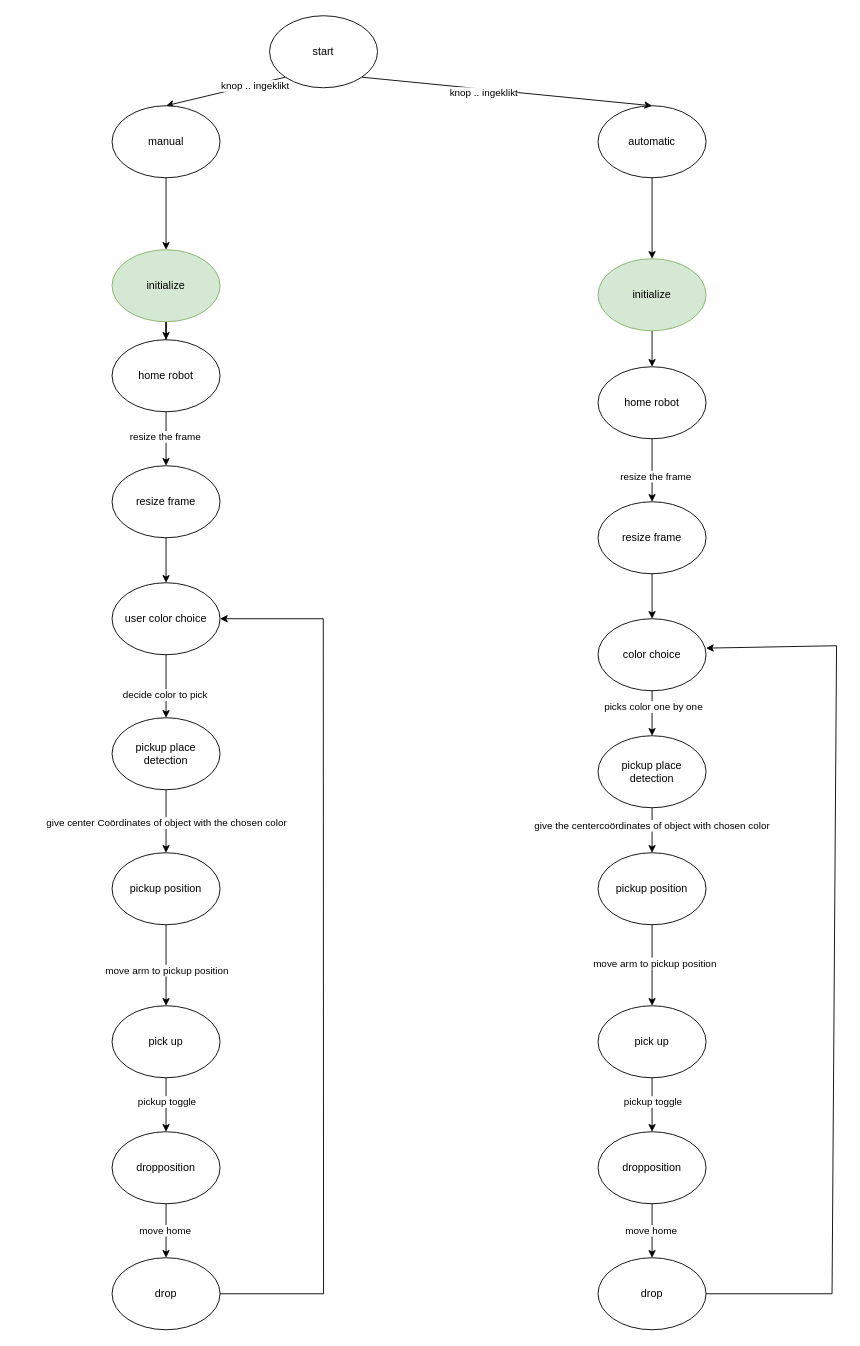
Earlier version of the draw.io diagram State diagram.drawio (WinnenVanB2IsBelangrijkerDanMeedoen/EndAssigmentMain-SDA3). Source tidied: cells renumbered, new cells numbered last; positions are measured from the earlier drawing's top-left corner, leaving out a move shared by most shapes. Both pictures are drawn from the tidied source at 90%, with x=0, y=0 at pixel (112, 15).
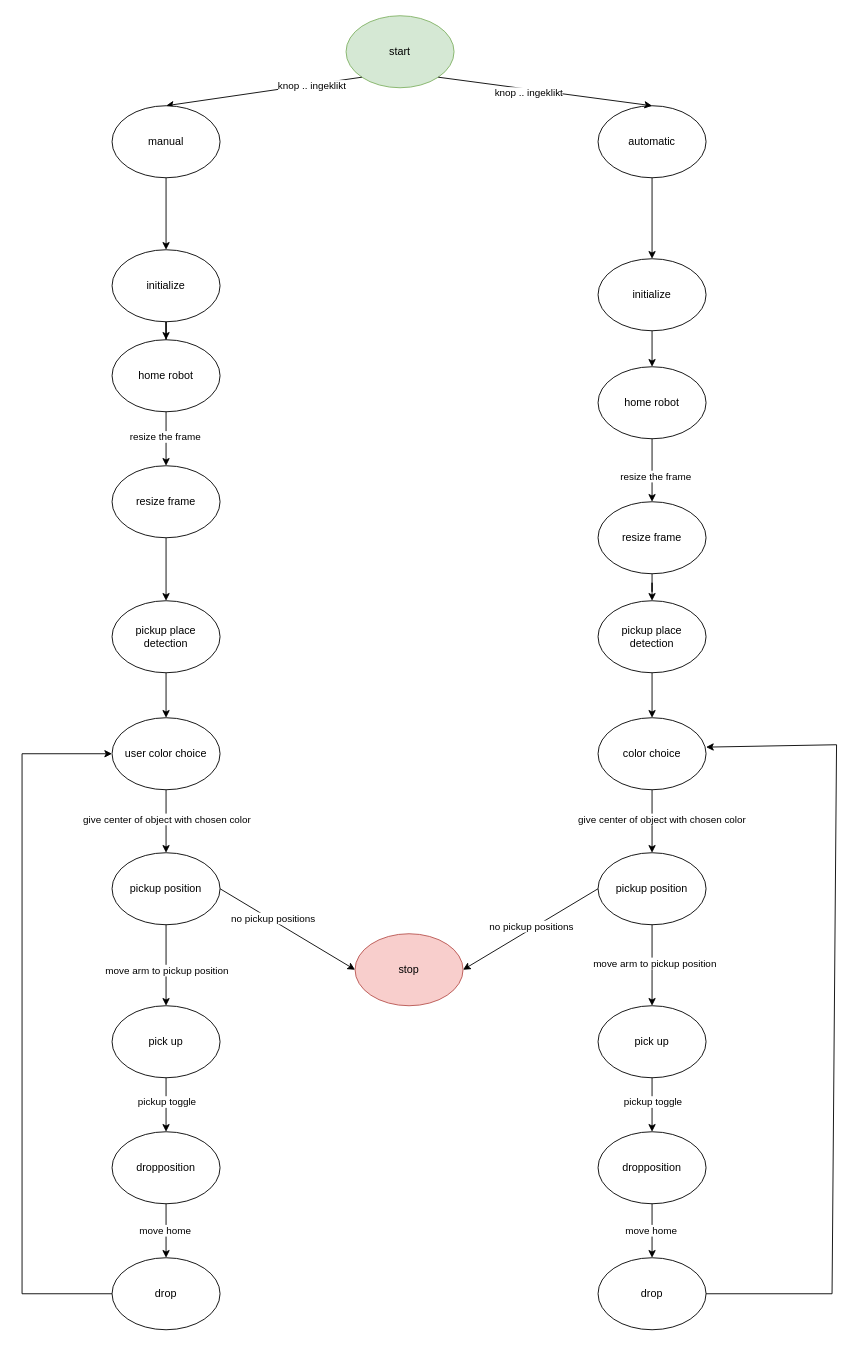
The same diagram, later.

The change refers to these unchanged cells:
```xml
<mxCell id="2" value="pickup position" style="ellipse;whiteSpace=wrap;html=1;" parent="1" vertex="1">
  <mxGeometry x="540" y="930" width="120" height="80" as="geometry" />
</mxCell>
<mxCell id="7" value="drop" style="ellipse;whiteSpace=wrap;html=1;" parent="1" vertex="1">
  <mxGeometry x="540" y="1380" width="120" height="80" as="geometry" />
</mxCell>
<mxCell id="24" value="pickup position" style="ellipse;whiteSpace=wrap;html=1;" parent="1" vertex="1">
  <mxGeometry y="930" width="120" height="80" as="geometry" />
</mxCell>
<mxCell id="29" value="drop" style="ellipse;whiteSpace=wrap;html=1;" parent="1" vertex="1">
  <mxGeometry y="1380" width="120" height="80" as="geometry" />
</mxCell>
<mxCell id="38" value="resize frame" style="ellipse;whiteSpace=wrap;html=1;" parent="1" vertex="1">
  <mxGeometry y="500" width="120" height="80" as="geometry" />
</mxCell>
<mxCell id="58" value="resize frame" style="ellipse;whiteSpace=wrap;html=1;" parent="1" vertex="1">
  <mxGeometry x="540" y="540" width="120" height="80" as="geometry" />
</mxCell>
```

What changed in the source:
```diff
@@
-    <mxCell id="9" value="initialize" style="ellipse;whiteSpace=wrap;html=1;fillColor=#d5e8d4;strokeColor=#82b366;" parent="1" vertex="1">
+    <mxCell id="9" value="initialize" style="ellipse;whiteSpace=wrap;html=1;" parent="1" vertex="1">
       <mxGeometry x="540" y="270" width="120" height="80" as="geometry" />
     </mxCell>
@@
     <mxCell id="14" style="endArrow=classic;html=1;rounded=0;exitX=1;exitY=0.5;exitDx=0;exitDy=0;entryX=1;entryY=0.408;entryDx=0;entryDy=0;entryPerimeter=0;" parent="1" edge="1" source="7" target="48">
       <mxGeometry relative="1" as="geometry">
         <Array as="points">
           <mxPoint x="800" y="1420" />
-          <mxPoint x="805" y="700" />
+          <mxPoint x="805" y="810" />
         </Array>
       </mxGeometry>
     </mxCell>
-    <mxCell id="15" value="start" style="ellipse;whiteSpace=wrap;html=1;" parent="1" vertex="1">
-      <mxGeometry x="175" width="120" height="80" as="geometry" />
+    <mxCell id="15" value="start" style="ellipse;whiteSpace=wrap;html=1;fillColor=#d5e8d4;strokeColor=#82b366;" parent="1" vertex="1">
+      <mxGeometry x="260" width="120" height="80" as="geometry" />
     </mxCell>
@@
-    <mxCell id="31" value="initialize" style="ellipse;whiteSpace=wrap;html=1;fillColor=#d5e8d4;strokeColor=#82b366;" parent="1" vertex="1">
+    <mxCell id="31" value="initialize" style="ellipse;whiteSpace=wrap;html=1;" parent="1" vertex="1">
       <mxGeometry y="260" width="120" height="80" as="geometry" />
     </mxCell>
@@
-    <mxCell id="36" style="endArrow=classic;html=1;rounded=0;exitX=1;exitY=0.5;exitDx=0;exitDy=0;entryX=1;entryY=0.5;entryDx=0;entryDy=0;" parent="1" edge="1" source="29" target="42">
+    <mxCell id="36" style="endArrow=classic;html=1;rounded=0;exitX=0;exitY=0.5;exitDx=0;exitDy=0;entryX=0;entryY=0.5;entryDx=0;entryDy=0;" parent="1" edge="1" source="29" target="42">
       <mxGeometry relative="1" as="geometry">
         <Array as="points">
-          <mxPoint x="235" y="1420" />
-          <mxPoint x="234.7" y="670" />
+          <mxPoint x="-100" y="1420" />
+          <mxPoint x="-100" y="820" />
         </Array>
       </mxGeometry>
     </mxCell>
@@
+    <mxCell id="59" style="edgeStyle=orthogonalEdgeStyle;rounded=0;jettySize=auto;html=1;" parent="1" edge="1" source="38" target="41">
+      <mxGeometry relative="1" as="geometry" />
+    </mxCell>
@@
+    <mxCell id="60" style="edgeStyle=orthogonalEdgeStyle;rounded=0;jettySize=auto;html=1;" parent="1" edge="1" source="41" target="42">
+      <mxGeometry relative="1" as="geometry" />
+    </mxCell>
     <mxCell id="41" value="pickup place detection" style="ellipse;whiteSpace=wrap;html=1;" parent="1" vertex="1">
-      <mxGeometry y="780" width="120" height="80" as="geometry" />
+      <mxGeometry y="650" width="120" height="80" as="geometry" />
     </mxCell>
+    <mxCell id="61" style="edgeStyle=orthogonalEdgeStyle;rounded=0;jettySize=auto;html=1;" parent="1" edge="1" source="42" target="24">
+      <mxGeometry relative="1" as="geometry" />
+    </mxCell>
     <mxCell id="42" value="user color choice" style="ellipse;whiteSpace=wrap;html=1;" parent="1" vertex="1">
-      <mxGeometry y="630" width="120" height="80" as="geometry" />
+      <mxGeometry y="780" width="120" height="80" as="geometry" />
     </mxCell>
-    <mxCell id="43" style="endArrow=classic;html=1;rounded=0;exitX=0.5;exitY=1;exitDx=0;exitDy=0;entryX=0.5;entryY=0;entryDx=0;entryDy=0;" parent="1" edge="1" source="38" target="42">
-      <mxGeometry relative="1" as="geometry" />
-    </mxCell>
-    <mxCell id="44" style="endArrow=classic;html=1;rounded=0;exitX=0.5;exitY=1;exitDx=0;exitDy=0;entryX=0.5;entryY=0;entryDx=0;entryDy=0;" parent="1" edge="1" source="42" target="41">
-      <mxGeometry relative="1" as="geometry" />
-    </mxCell>
-    <mxCell id="45" value="decide color to pick" style="edgeLabel;html=1;align=center;verticalAlign=middle;" parent="44" vertex="1">
-      <mxGeometry x="0.26" y="-2" relative="1" as="geometry" />
-    </mxCell>
-    <mxCell id="46" style="endArrow=classic;html=1;rounded=0;exitX=0.5;exitY=1;exitDx=0;exitDy=0;entryX=0.5;entryY=0;entryDx=0;entryDy=0;" parent="1" edge="1" source="41" target="24">
-      <mxGeometry relative="1" as="geometry" />
-    </mxCell>
-    <mxCell id="47" value="give center Coördinates of object with the chosen color&amp;nbsp;" style="edgeLabel;html=1;align=center;verticalAlign=middle;" parent="46" vertex="1">
-      <mxGeometry x="0.02" y="1" relative="1" as="geometry" />
-    </mxCell>
+    <mxCell id="62" style="edgeStyle=orthogonalEdgeStyle;rounded=0;jettySize=auto;html=1;" parent="1" edge="1" source="48" target="2">
+      <mxGeometry relative="1" as="geometry" />
+    </mxCell>
+    <mxCell id="63" value="give center of object with chosen color" style="edgeLabel;html=1;align=center;verticalAlign=middle;" parent="62" vertex="1">
+      <mxGeometry x="-0.37" relative="1" as="geometry">
+        <mxPoint x="-540" y="10" as="offset" />
+      </mxGeometry>
+    </mxCell>
     <mxCell id="48" value="color choice" style="ellipse;whiteSpace=wrap;html=1;" parent="1" vertex="1">
-      <mxGeometry x="540" y="670" width="120" height="80" as="geometry" />
+      <mxGeometry x="540" y="780" width="120" height="80" as="geometry" />
     </mxCell>
-    <mxCell id="49" style="edgeStyle=orthogonalEdgeStyle;rounded=0;jettySize=auto;html=1;" parent="1" edge="1" source="51" target="2">
-      <mxGeometry relative="1" as="geometry" />
-    </mxCell>
-    <mxCell id="50" value="give the centercoördinates of object with chosen color" style="edgeLabel;html=1;align=center;verticalAlign=middle;" parent="49" vertex="1">
-      <mxGeometry x="-0.25" y="-1" relative="1" as="geometry" />
-    </mxCell>
+    <mxCell id="64" style="edgeStyle=orthogonalEdgeStyle;rounded=0;jettySize=auto;html=1;" parent="1" edge="1" source="51" target="48">
+      <mxGeometry relative="1" as="geometry" />
+    </mxCell>
     <mxCell id="51" value="pickup place detection" style="ellipse;whiteSpace=wrap;html=1;" parent="1" vertex="1">
-      <mxGeometry x="540" y="800" width="120" height="80" as="geometry" />
+      <mxGeometry x="540" y="650" width="120" height="80" as="geometry" />
     </mxCell>
-    <mxCell id="52" style="endArrow=classic;html=1;rounded=0;entryX=0.5;entryY=0;entryDx=0;entryDy=0;exitX=0.5;exitY=1;exitDx=0;exitDy=0;" parent="1" edge="1" source="48" target="51">
-      <mxGeometry relative="1" as="geometry" />
-    </mxCell>
-    <mxCell id="53" value="picks color one by one&amp;nbsp;" style="edgeLabel;html=1;align=center;verticalAlign=middle;" parent="52" vertex="1">
-      <mxGeometry x="-0.33" y="2" relative="1" as="geometry" />
-    </mxCell>
@@
-    <mxCell id="57" style="edgeStyle=orthogonalEdgeStyle;rounded=0;jettySize=auto;html=1;" parent="1" edge="1" source="58" target="48">
-      <mxGeometry relative="1" as="geometry" />
-    </mxCell>
+    <mxCell id="65" style="edgeStyle=orthogonalEdgeStyle;rounded=0;jettySize=auto;html=1;" parent="1" edge="1" source="58" target="51">
+      <mxGeometry relative="1" as="geometry" />
+    </mxCell>
@@
+    <mxCell id="66" value="stop" style="ellipse;whiteSpace=wrap;html=1;fillColor=#f8cecc;strokeColor=#b85450;" parent="1" vertex="1">
+      <mxGeometry x="270" y="1020" width="120" height="80" as="geometry" />
+    </mxCell>
+    <mxCell id="67" style="endArrow=classic;html=1;rounded=0;exitX=1;exitY=0.5;exitDx=0;exitDy=0;entryX=0;entryY=0.5;entryDx=0;entryDy=0;" parent="1" edge="1" source="24" target="66">
+      <mxGeometry relative="1" as="geometry" />
+    </mxCell>
+    <mxCell id="68" value="no pickup positions" style="edgeLabel;html=1;align=center;verticalAlign=middle;" parent="67" vertex="1">
+      <mxGeometry x="-0.23" y="2" relative="1" as="geometry" />
+    </mxCell>
+    <mxCell id="69" style="endArrow=classic;html=1;rounded=0;exitX=0;exitY=0.5;exitDx=0;exitDy=0;entryX=1;entryY=0.5;entryDx=0;entryDy=0;" parent="1" edge="1" source="2" target="66">
+      <mxGeometry relative="1" as="geometry" />
+    </mxCell>
+    <mxCell id="70" value="no pickup positions" style="edgeLabel;html=1;align=center;verticalAlign=middle;" parent="69" vertex="1">
+      <mxGeometry x="-0.03" y="-3" relative="1" as="geometry" />
+    </mxCell>
+    <mxCell id="71" value="give center of object with chosen color" style="edgeLabel;html=1;align=center;verticalAlign=middle;" parent="1" vertex="1">
+      <mxGeometry x="610" y="892" as="geometry" />
+    </mxCell>
```
